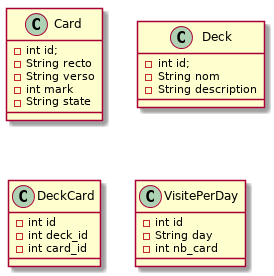
Above: GDP/modele_donnee.png in cljoly/telecomnancy-flashcard (PlantUML), before the change.
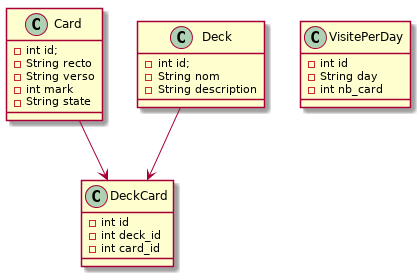
The same file after the commit.

Commit message:
Ajout des liens entre tables

Change to the diagram source:
```diff
@@ -26,4 +26,7 @@
   - int nb_card
 }
 
+Card --> DeckCard
+Deck --> DeckCard
+
 @enduml
```
